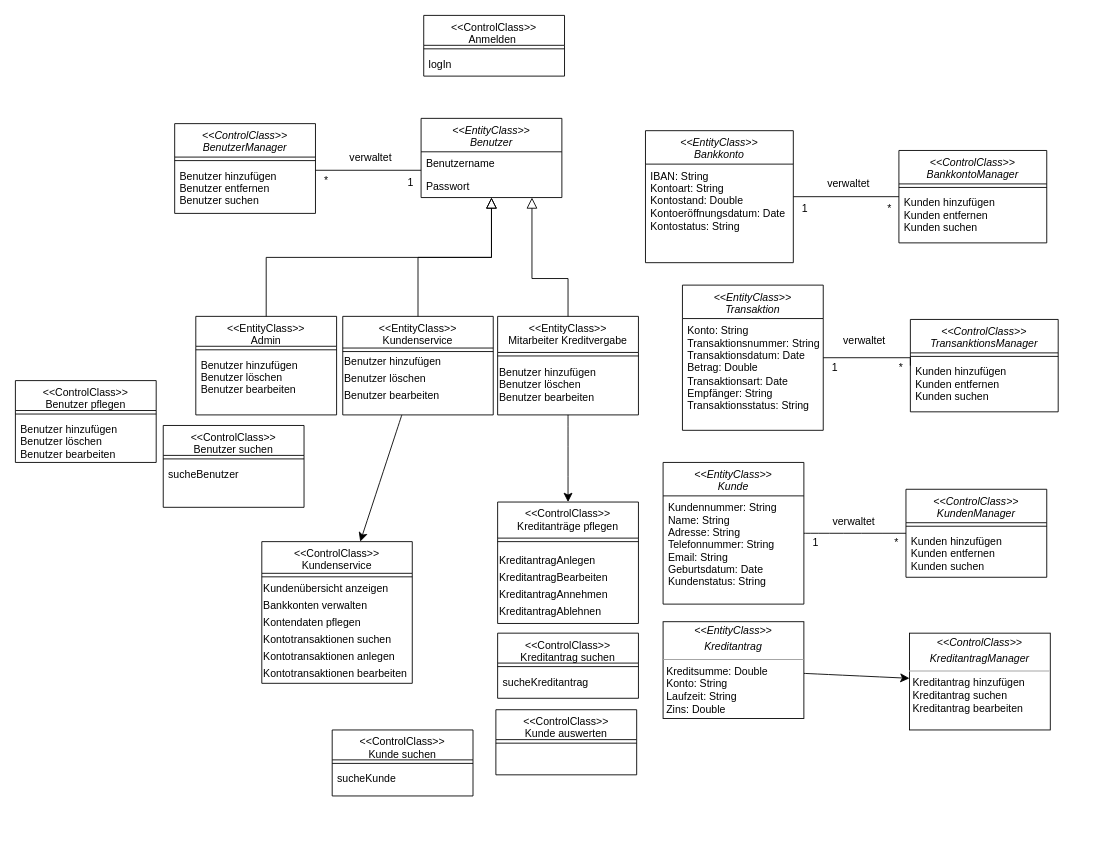
Earlier version of the draw.io diagram page "Technischer Entwurf" (5 of 5) of Datenmodell.drawio (JaSc2912/VerteilteAnwendungen). Source tidied: cells renumbered, new cells numbered last; positions are measured from the earlier drawing's top-left corner, leaving out a move shared by most shapes. Both pictures are drawn from the tidied source at 88%, with x=0, y=0 at pixel (15, 15).
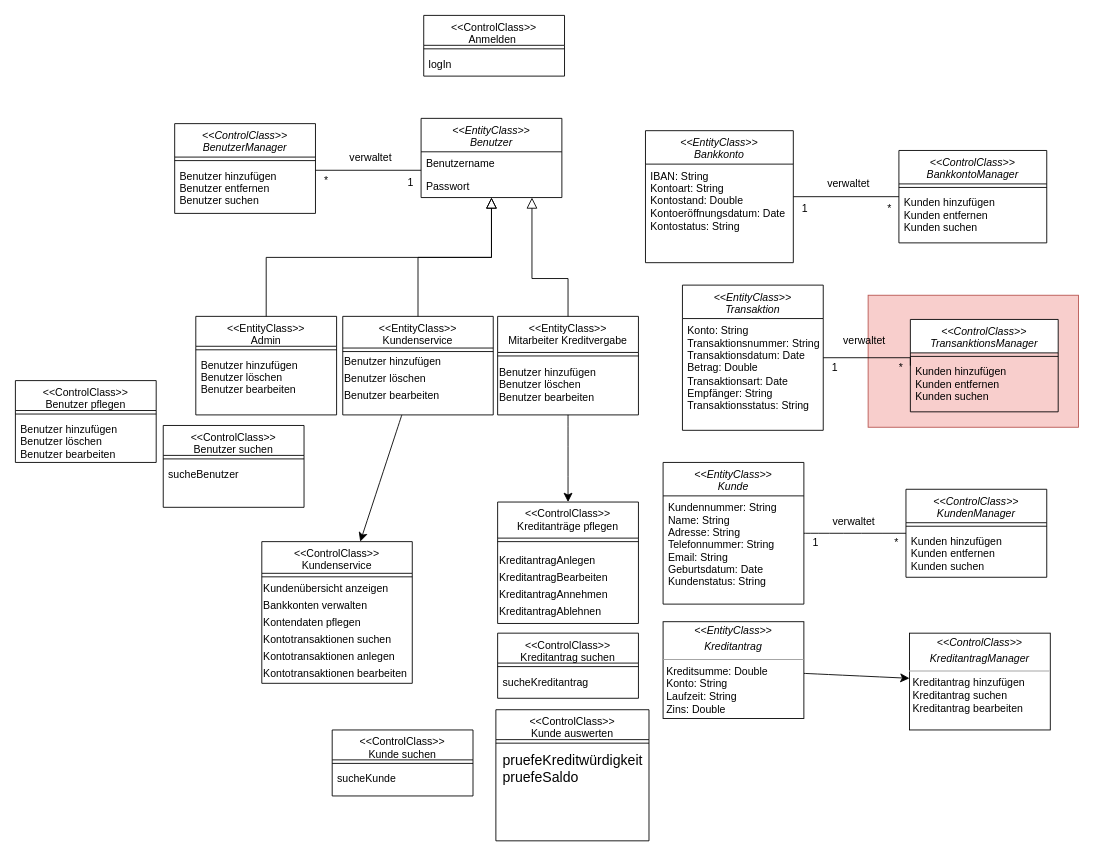
The same diagram, later.

Change to the diagram source:
```diff
@@
+    <mxCell id="79" style="rounded=0;whiteSpace=wrap;html=1;fillColor=#f8cecc;strokeColor=#b85450;rotation=0;" parent="1" vertex="1">
+      <mxGeometry x="969" y="318" width="239" height="150" as="geometry" />
+    </mxCell>
@@
     <mxCell id="74" value="&lt;&lt;ControlClass&gt;&gt;&#10;Kunde auswerten" style="swimlane;fontStyle=0;align=center;verticalAlign=top;horizontal=1;startSize=34;rounded=0;shadow=0;strokeWidth=1;" parent="1" vertex="1">
-      <mxGeometry x="546" y="789" width="160" height="74" as="geometry" />
+      <mxGeometry x="546" y="789" width="174" height="149" as="geometry" />
     </mxCell>
     <mxCell id="75" style="line;html=1;strokeWidth=1;align=left;verticalAlign=middle;spacingTop=-1;spacingLeft=3;spacingRight=3;labelPosition=right;" parent="74" vertex="1">
-      <mxGeometry y="34" width="160" height="8" as="geometry" />
+      <mxGeometry y="34" width="174" height="8" as="geometry" />
     </mxCell>
+    <mxCell id="80" value="pruefeKreditwürdigkeit&lt;div style=&quot;text-align: left;&quot;&gt;pruefeSaldo&lt;/div&gt;" style="text;html=1;align=center;verticalAlign=middle;strokeColor=none;fillColor=none;fontSize=16;" parent="74" vertex="1">
+      <mxGeometry y="42" width="174" height="50" as="geometry" />
+    </mxCell>
```
